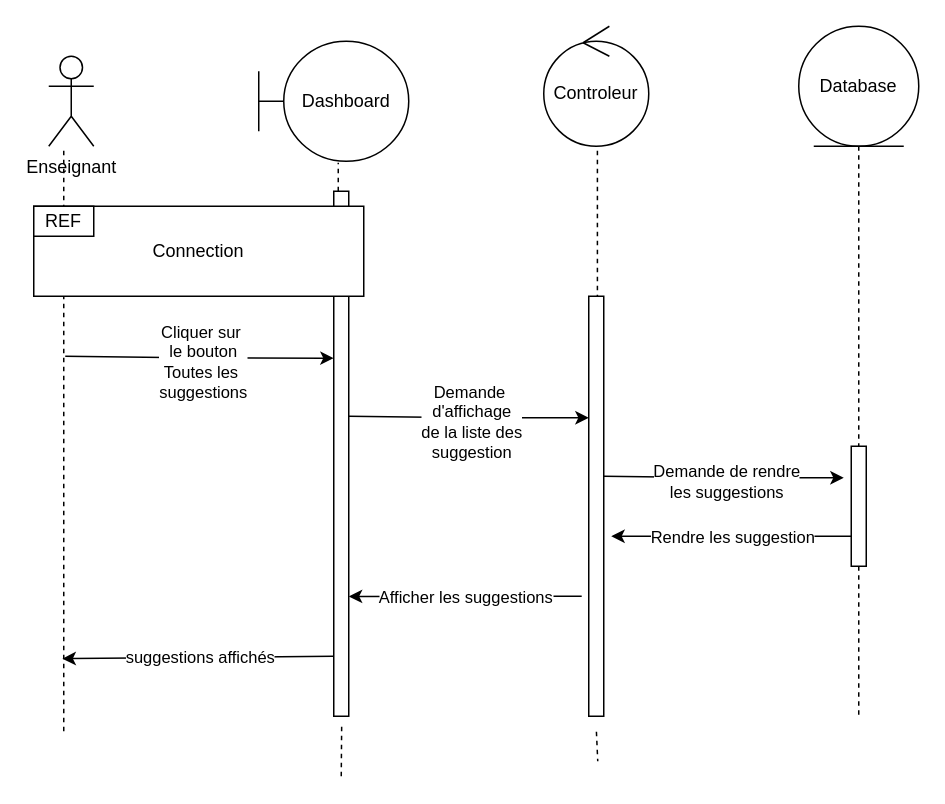
This is diagrams/SeqDiagConsulterSugg.drawio from stormsidali2001/PFE_third_year_school_project_front, a draw.io file, before an edit. Source tidied: cells renumbered, new cells numbered last; positions are measured from the earlier drawing's top-left corner, leaving out a move shared by most shapes. Both pictures are drawn from the tidied source at 150%, with x=0, y=0 at pixel (33, 26).
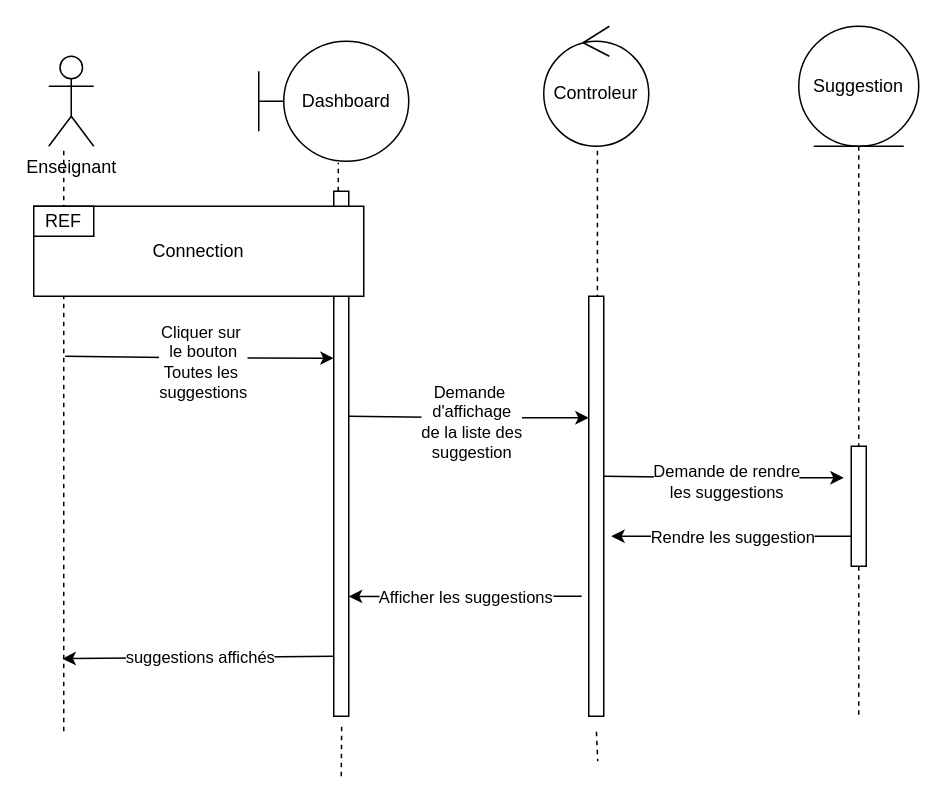
The same diagram, later.

Diff of the diagram source:
```diff
@@
-    <mxCell id="3" value="Database" style="ellipse;shape=umlEntity;whiteSpace=wrap;html=1;" parent="1" vertex="1">
+    <mxCell id="3" value="Suggestion" style="ellipse;shape=umlEntity;whiteSpace=wrap;html=1;" parent="1" vertex="1">
       <mxGeometry x="510" width="80" height="80" as="geometry" />
     </mxCell>
```
